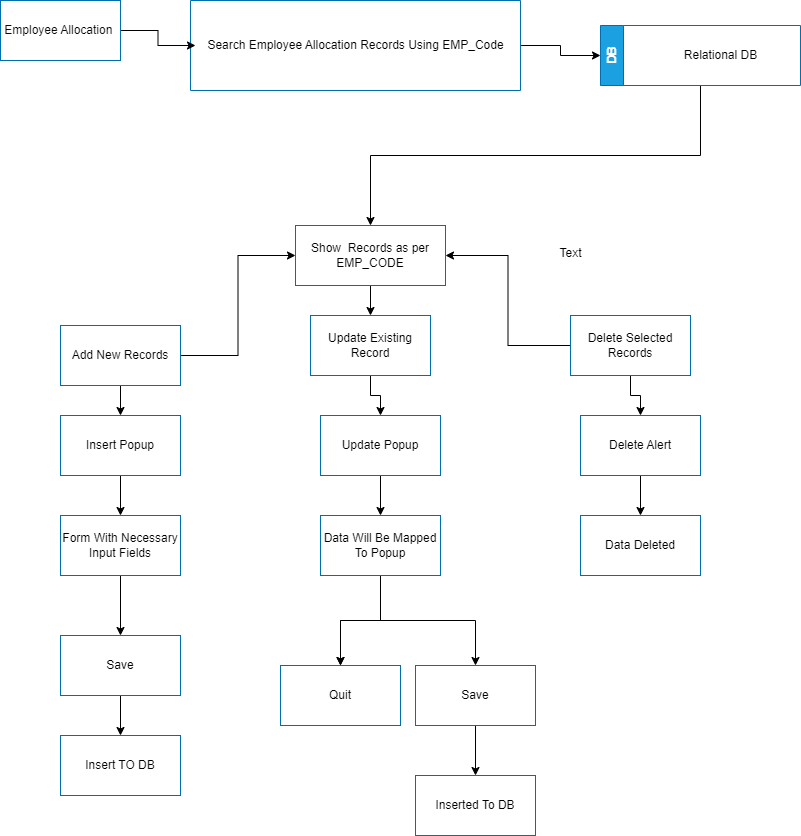
Before: eauser_report.drawio.png, a diagram exported from draw.io (mananhiteshkataria/drawio). Source tidied: cells renumbered, new cells last; positions are measured from the earlier drawing's top-left corner, leaving out a move shared by most shapes.
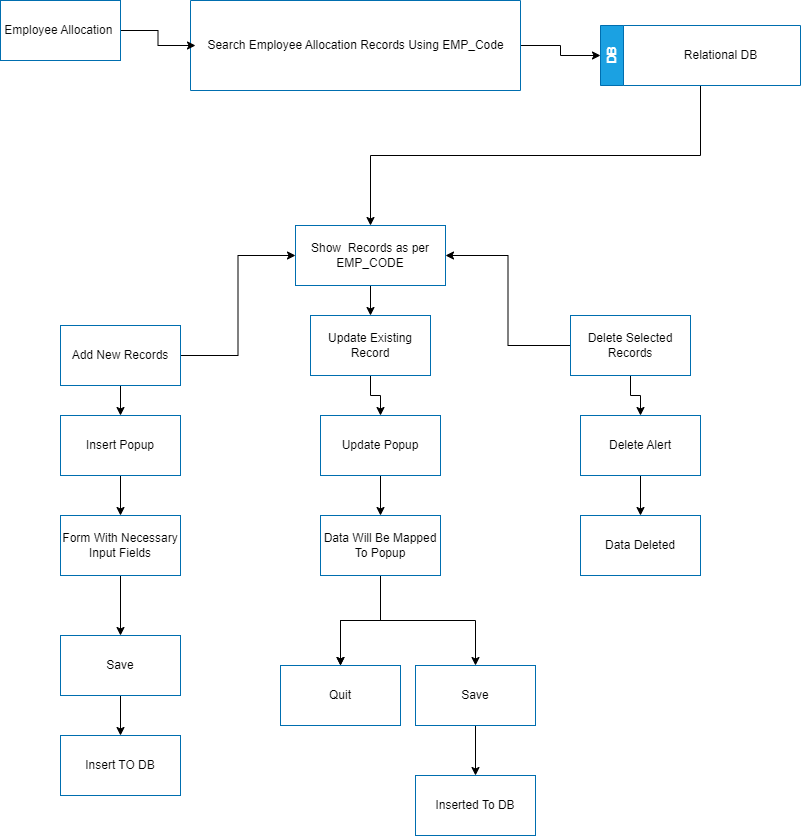
Above is the later version.

Diff of the diagram source:
```diff
@@ -116,8 +116,5 @@
     <mxCell id="39" value="&lt;font color=&quot;#080808&quot;&gt;Employee Allocation&amp;nbsp;&lt;/font&gt;" style="rounded=0;whiteSpace=wrap;html=1;fillColor=none;fontColor=#ffffff;strokeColor=#006EAF;" parent="1" vertex="1">
       <mxGeometry width="120" height="60" as="geometry" />
     </mxCell>
-    <mxCell id="40" value="Text" style="text;html=1;align=center;verticalAlign=middle;strokeColor=none;fillColor=none;" parent="1" vertex="1">
-      <mxGeometry x="545" y="238" width="50" height="30" as="geometry" />
-    </mxCell>
   </root>
 </mxGraphModel>
```
